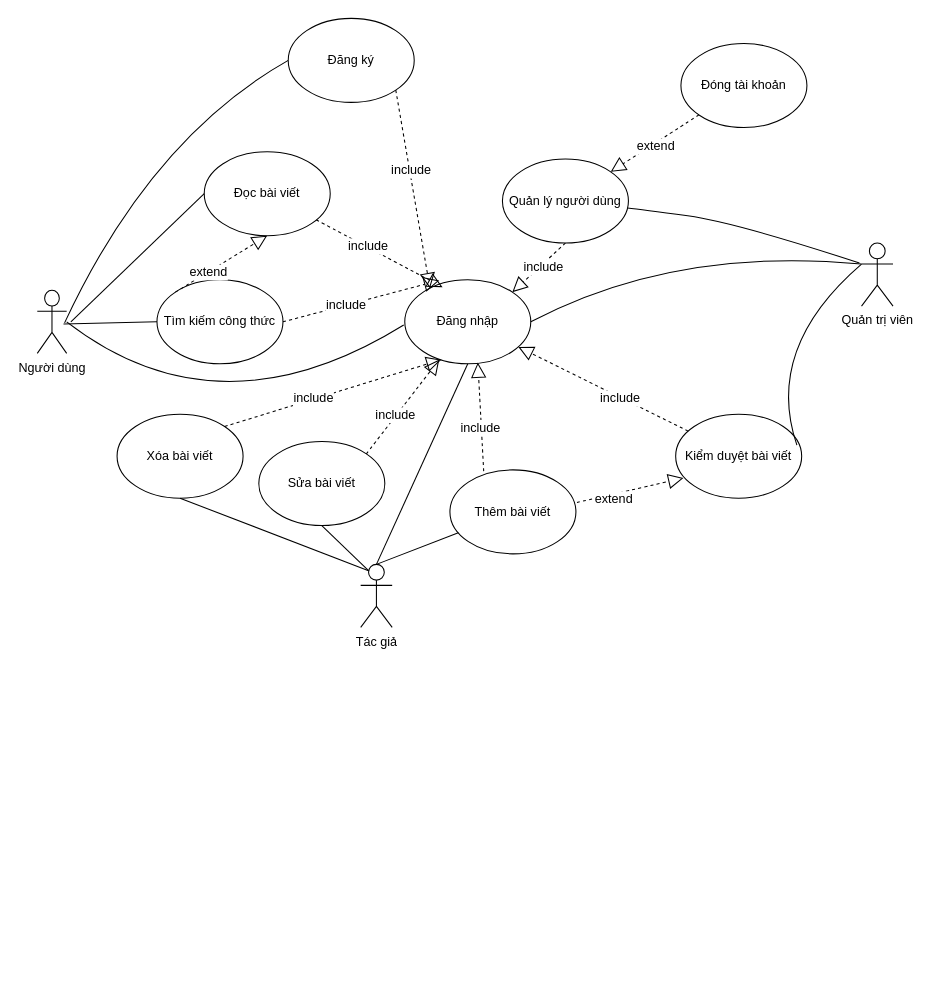
Above: Sơ đồ tổng quát.drawio in gwangtung21/Blog_AmThuc (draw.io), before the change. Source tidied: cells renumbered, new cells numbered last; positions are measured from the earlier drawing's top-left corner, leaving out a move shared by most shapes. Both pictures are drawn from the tidied source at 105%, with x=0, y=0 at pixel (37, 18).
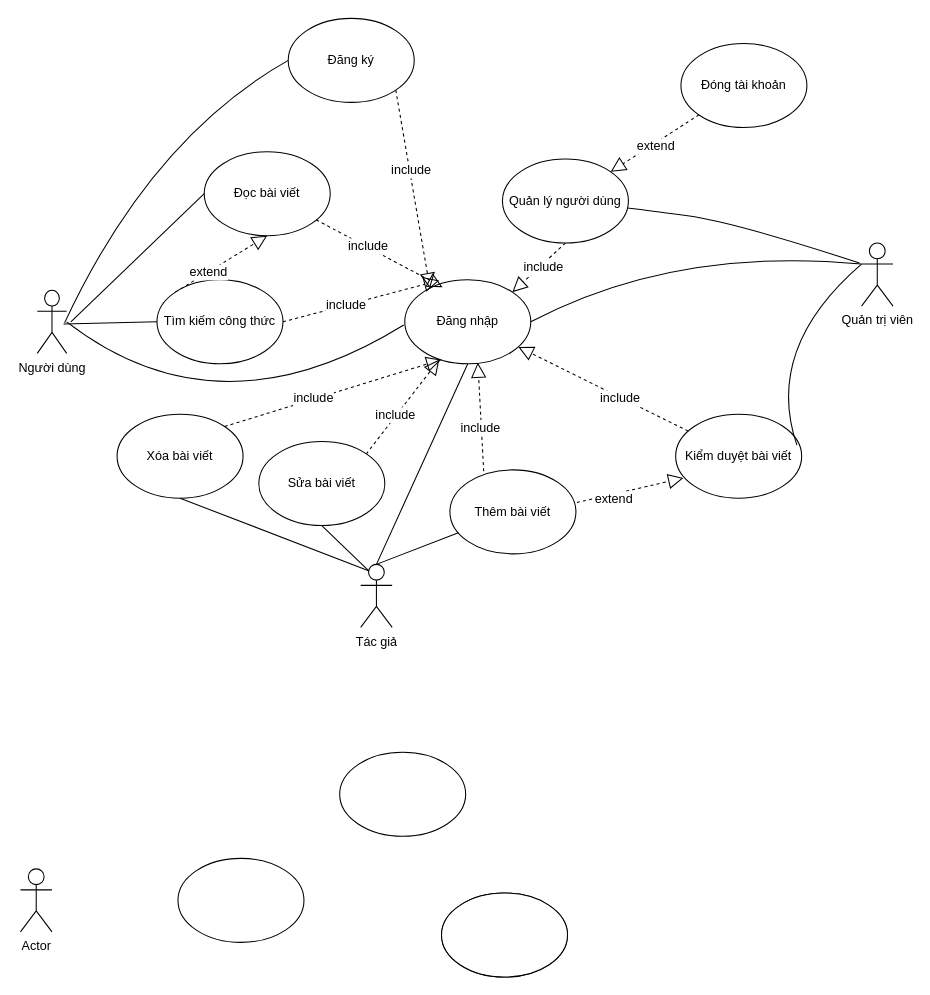
After the change.

Commit message:
Cập nhật Sơ đồ tổng quát.drawio

Diff of the diagram source:
```diff
@@
+    <mxCell id="48" value="Actor" style="shape=umlActor;verticalLabelPosition=bottom;verticalAlign=top;html=1;" parent="1" vertex="1">
+      <mxGeometry x="-16" y="810" width="30" height="60" as="geometry" />
+    </mxCell>
+    <mxCell id="49" style="ellipse;whiteSpace=wrap;html=1;" parent="1" vertex="1">
+      <mxGeometry x="134" y="800" width="120" height="80" as="geometry" />
+    </mxCell>
+    <mxCell id="50" style="ellipse;whiteSpace=wrap;html=1;" parent="1" vertex="1">
+      <mxGeometry x="385" y="833" width="120" height="80" as="geometry" />
+    </mxCell>
+    <mxCell id="51" style="ellipse;whiteSpace=wrap;html=1;" parent="1" vertex="1">
+      <mxGeometry x="385" y="833" width="120" height="80" as="geometry" />
+    </mxCell>
+    <mxCell id="52" style="ellipse;whiteSpace=wrap;html=1;" parent="1" vertex="1">
+      <mxGeometry x="288" y="699" width="120" height="80" as="geometry" />
+    </mxCell>
```
